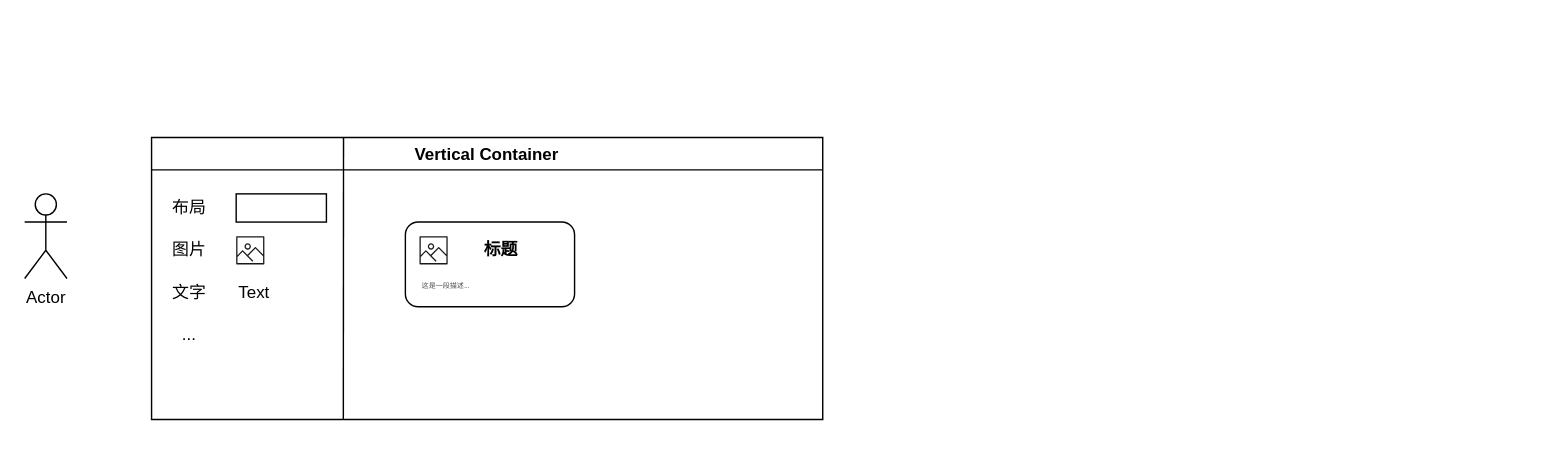
This is page "Page-2" (2 of 2) of 图卡联动.drawio from wangziji/graphics, a draw.io file, before an edit. Source tidied: cells renumbered, new cells numbered last; positions are measured from the earlier drawing's top-left corner, leaving out a move shared by most shapes. Both pictures are drawn from the tidied source at 141%, with x=0, y=0 at pixel (24, 137).
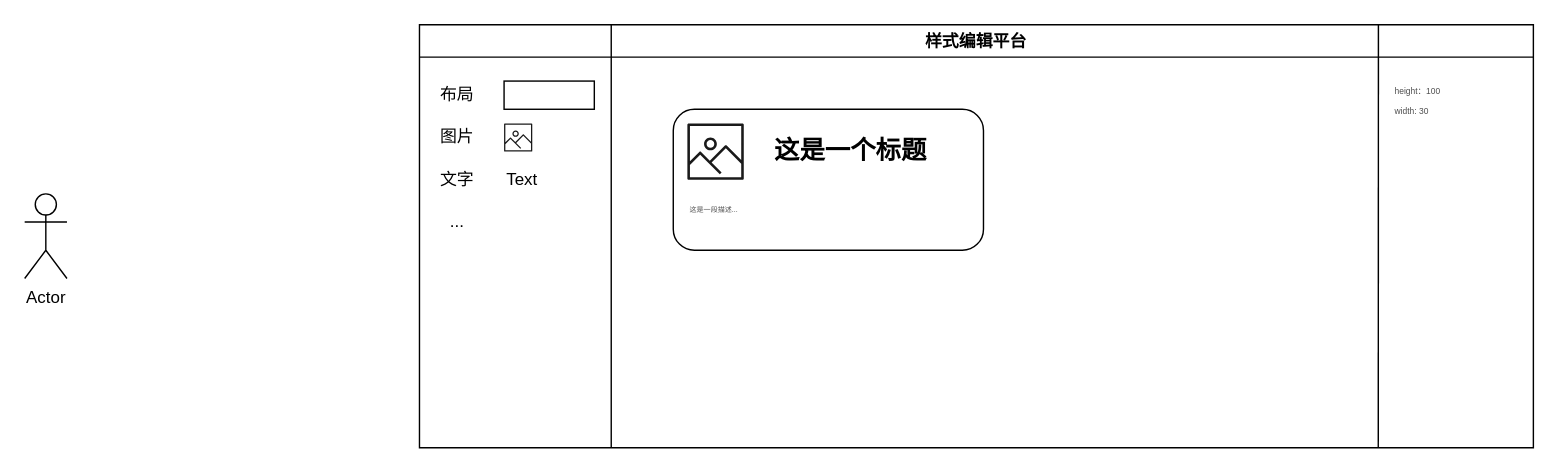
The same diagram, later.

What changed in the source:
```diff
@@
 <mxGraphModel>
   <root>
     <mxCell id="0" />
     <mxCell id="1" parent="0" />
     <mxCell id="2" value="Actor" style="shape=umlActor;verticalLabelPosition=bottom;verticalAlign=top;html=1;fontFamily=TTTGB;" parent="1" vertex="1">
       <mxGeometry y="40" width="30" height="60" as="geometry" />
     </mxCell>
-    <mxCell id="3" value="Vertical Container" style="swimlane;fontFamily=TTTGB;" parent="1" vertex="1">
-      <mxGeometry x="90" width="476" height="200" as="geometry" />
+    <mxCell id="3" value="样式编辑平台" style="swimlane;fontFamily=TTTGB;" parent="1" vertex="1">
+      <mxGeometry x="280" y="-80" width="790" height="300" as="geometry" />
     </mxCell>
-    <mxCell id="4" style="endArrow=none;html=1;rounded=0;fontFamily=TTTGB;entryX=0.286;entryY=0;entryDx=0;entryDy=0;entryPerimeter=0;" parent="3" edge="1" target="3">
+    <mxCell id="4" style="endArrow=none;html=1;rounded=0;fontFamily=TTTGB;" parent="3" edge="1">
       <mxGeometry relative="1" as="geometry">
-        <mxPoint x="136" y="200" as="sourcePoint" />
+        <mxPoint x="136" y="300" as="sourcePoint" />
+        <mxPoint x="136" as="targetPoint" />
       </mxGeometry>
     </mxCell>
     <mxCell id="5" style="rounded=0;whiteSpace=wrap;html=1;fontFamily=TTTGB;" parent="3" vertex="1">
       <mxGeometry x="60" y="40" width="64" height="20" as="geometry" />
     </mxCell>
     <mxCell id="6" value="布局" style="text;html=1;strokeColor=none;fillColor=none;align=center;verticalAlign=middle;whiteSpace=wrap;rounded=0;fontFamily=TTTGB;" parent="3" vertex="1">
       <mxGeometry x="10" y="40" width="34" height="20" as="geometry" />
     </mxCell>
     <mxCell id="7" style="sketch=0;fontColor=#232F3E;gradientColor=none;fillColor=#1A1A1A;strokeColor=none;dashed=0;verticalLabelPosition=bottom;verticalAlign=top;align=center;html=1;fontSize=12;fontStyle=0;shape=mxgraph.aws4.container_registry_image;fontFamily=TTTGB;" parent="3" vertex="1">
       <mxGeometry x="60" y="70" width="20" height="20" as="geometry" />
     </mxCell>
     <mxCell id="8" value="图片" style="text;html=1;strokeColor=none;fillColor=none;align=center;verticalAlign=middle;whiteSpace=wrap;rounded=0;fontFamily=TTTGB;" parent="3" vertex="1">
       <mxGeometry x="10" y="70" width="34" height="20" as="geometry" />
     </mxCell>
     <mxCell id="9" value="文字" style="text;html=1;strokeColor=none;fillColor=none;align=center;verticalAlign=middle;whiteSpace=wrap;rounded=0;fontFamily=TTTGB;" parent="3" vertex="1">
       <mxGeometry x="10" y="100" width="34" height="20" as="geometry" />
     </mxCell>
     <mxCell id="10" value="Text" style="text;html=1;strokeColor=none;fillColor=none;align=left;verticalAlign=middle;whiteSpace=wrap;rounded=0;fontFamily=TTTGB;" parent="3" vertex="1">
       <mxGeometry x="60" y="100" width="34" height="20" as="geometry" />
     </mxCell>
     <mxCell id="11" value="..." style="text;html=1;strokeColor=none;fillColor=none;align=center;verticalAlign=middle;whiteSpace=wrap;rounded=0;fontFamily=TTTGB;" parent="3" vertex="1">
       <mxGeometry x="10" y="130" width="34" height="20" as="geometry" />
     </mxCell>
     <mxCell id="12" style="rounded=1;whiteSpace=wrap;html=1;fontFamily=TTTGB;fillColor=none;" parent="3" vertex="1">
-      <mxGeometry x="180" y="60" width="120" height="60" as="geometry" />
+      <mxGeometry x="180" y="60" width="220" height="100" as="geometry" />
     </mxCell>
     <mxCell id="13" style="sketch=0;fontColor=#232F3E;gradientColor=none;fillColor=#1A1A1A;strokeColor=none;dashed=0;verticalLabelPosition=bottom;verticalAlign=top;align=center;html=1;fontSize=12;fontStyle=0;shape=mxgraph.aws4.container_registry_image;fontFamily=TTTGB;" parent="3" vertex="1">
-      <mxGeometry x="190" y="70" width="20" height="20" as="geometry" />
+      <mxGeometry x="190" y="70" width="40" height="40" as="geometry" />
     </mxCell>
-    <mxCell id="14" value="&lt;b&gt;标题&lt;/b&gt;" style="text;html=1;strokeColor=none;fillColor=none;align=left;verticalAlign=middle;whiteSpace=wrap;rounded=0;fontFamily=TTTGB;" parent="3" vertex="1">
-      <mxGeometry x="234" y="70" width="34" height="20" as="geometry" />
+    <mxCell id="14" value="&lt;b&gt;&lt;font style=&quot;font-size: 18px&quot;&gt;这是一个标题&lt;/font&gt;&lt;/b&gt;" style="text;html=1;strokeColor=none;fillColor=none;align=left;verticalAlign=middle;whiteSpace=wrap;rounded=0;fontFamily=TTTGB;" parent="3" vertex="1">
+      <mxGeometry x="250" y="70" width="140" height="40" as="geometry" />
     </mxCell>
     <mxCell id="15" value="这是一段描述..." style="text;html=1;strokeColor=none;fillColor=none;align=left;verticalAlign=middle;whiteSpace=wrap;rounded=0;fontFamily=TTTGB;fontSize=5;fontColor=#4D4D4D;" parent="3" vertex="1">
-      <mxGeometry x="190" y="94" width="90" height="20" as="geometry" />
+      <mxGeometry x="190" y="120" width="90" height="20" as="geometry" />
     </mxCell>
+    <mxCell id="16" style="endArrow=none;html=1;rounded=0;fontFamily=TTTGB;entryX=0.286;entryY=0;entryDx=0;entryDy=0;entryPerimeter=0;" parent="3" edge="1">
+      <mxGeometry relative="1" as="geometry">
+        <mxPoint x="680" y="300" as="sourcePoint" />
+        <mxPoint x="680.1" as="targetPoint" />
+      </mxGeometry>
+    </mxCell>
+    <mxCell id="17" value="&lt;font style=&quot;font-size: 6px&quot;&gt;height：100&lt;br&gt;&lt;br&gt;width: 30&lt;br&gt;&lt;/font&gt;" style="text;html=1;strokeColor=none;fillColor=none;align=left;verticalAlign=middle;whiteSpace=wrap;rounded=0;fontFamily=腾讯体;fontSize=5;fontColor=#4D4D4D;" parent="3" vertex="1">
+      <mxGeometry x="690" y="40" width="90" height="30" as="geometry" />
+    </mxCell>
   </root>
 </mxGraphModel>
```
